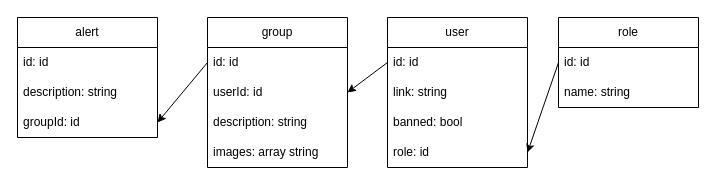
This is database.drawio from tulen-chik/groupsy, a draw.io file, before an edit. Source tidied: cells renumbered, new cells numbered last; positions are measured from the earlier drawing's top-left corner, leaving out a move shared by most shapes. Both pictures are drawn from the tidied source at 100%, with x=0, y=0 at pixel (17, 17).
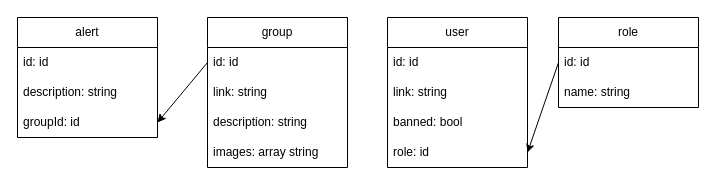
The same diagram, later.

Unchanged cells that the change refers to:
```xml
<mxCell id="3" value="id: id" style="text;strokeColor=none;fillColor=none;align=left;verticalAlign=middle;spacingLeft=4;spacingRight=4;overflow=hidden;points=[[0,0.5],[1,0.5]];portConstraint=eastwest;whiteSpace=wrap;html=1;" parent="2" vertex="1">
  <mxGeometry y="30" width="140" height="30" as="geometry" />
</mxCell>
<mxCell id="7" value="group" style="swimlane;fontStyle=0;horizontal=1;startSize=30;whiteSpace=wrap;html=1;" parent="1" vertex="1">
  <mxGeometry x="190" width="140" height="150" as="geometry" />
</mxCell>
```

Change to the diagram source:
```diff
@@
-    <mxCell id="9" value="userId: id" style="text;strokeColor=none;fillColor=none;align=left;verticalAlign=middle;spacingLeft=4;spacingRight=4;overflow=hidden;points=[[0,0.5],[1,0.5]];portConstraint=eastwest;whiteSpace=wrap;html=1;" parent="7" vertex="1">
+    <mxCell id="9" value="link: string" style="text;strokeColor=none;fillColor=none;align=left;verticalAlign=middle;spacingLeft=4;spacingRight=4;overflow=hidden;points=[[0,0.5],[1,0.5]];portConstraint=eastwest;whiteSpace=wrap;html=1;" parent="7" vertex="1">
       <mxGeometry y="60" width="140" height="30" as="geometry" />
     </mxCell>
@@
-    <mxCell id="12" style="endArrow=classic;html=1;rounded=0;exitX=0;exitY=0.5;exitDx=0;exitDy=0;entryX=1;entryY=0.5;entryDx=0;entryDy=0;" parent="1" edge="1" source="3" target="9">
-      <mxGeometry relative="1" as="geometry" />
-    </mxCell>
```
